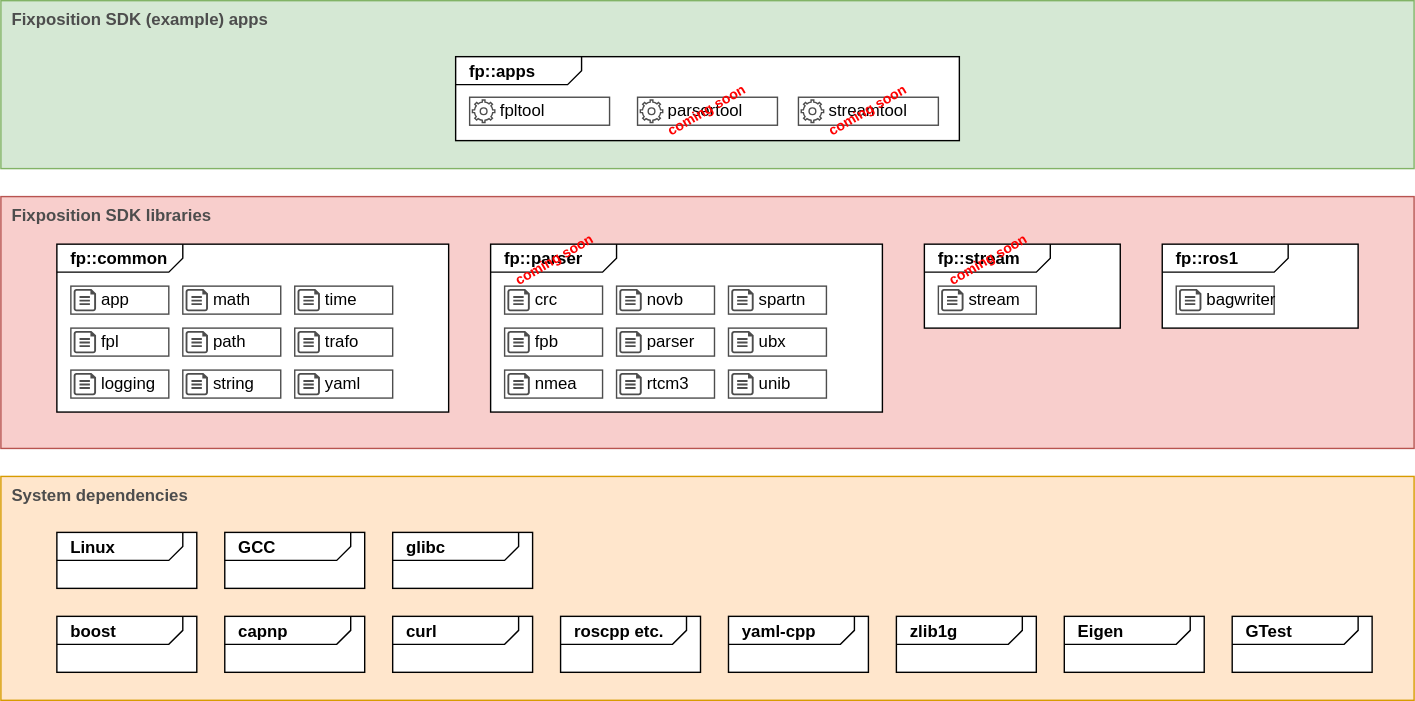
Earlier version of the draw.io export doc/fpsdk-overview.drawio.svg (fixposition/fixposition-sdk). Source tidied: cells renumbered, new cells last; positions are measured from the earlier drawing's top-left corner, leaving out a move shared by most shapes.
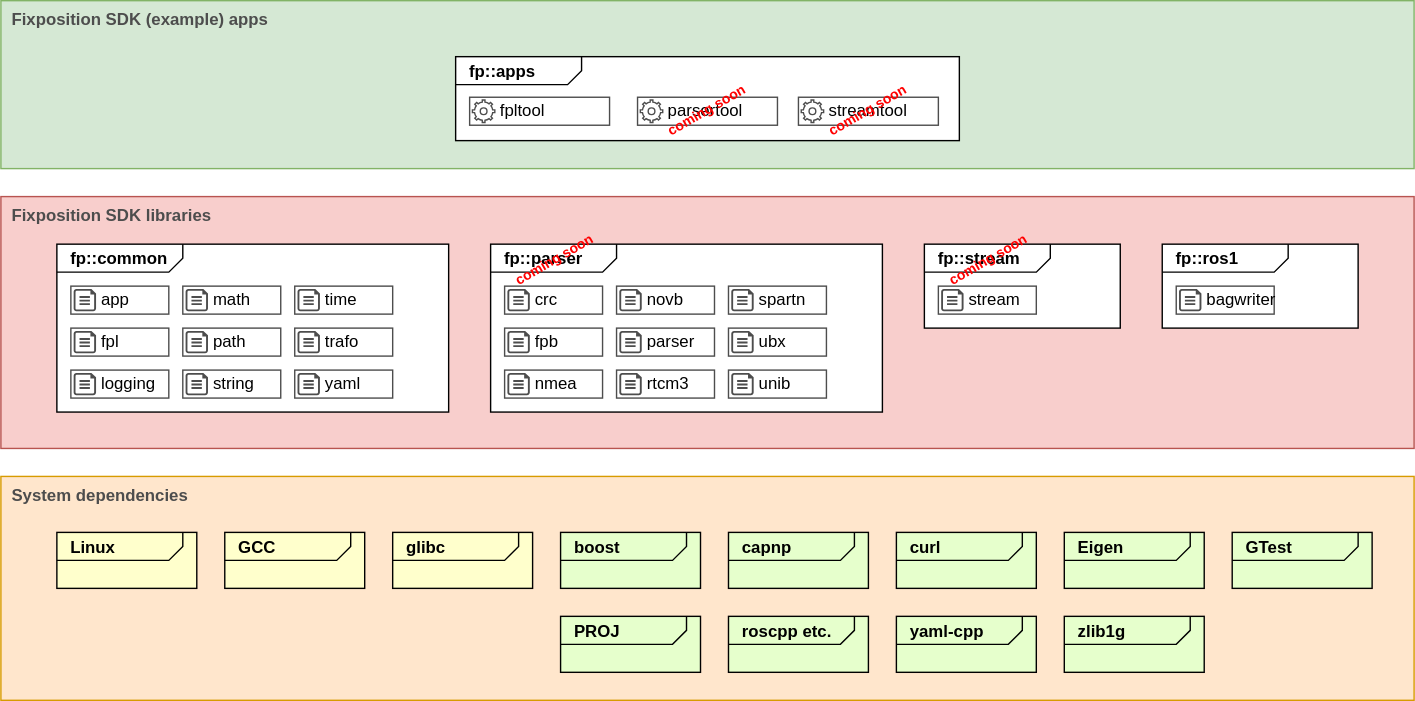
The same diagram one commit later.

Commit message:
add Cap'n Proto and PROJ dependencies (#15)

Diff of the diagram source:
```diff
@@ -20,19 +20,19 @@
     <mxCell id="7" value="&lt;p style=&quot;margin:0px;margin-top:4px;margin-left:10px;text-align:left;&quot;&gt;&lt;b&gt;&lt;font style=&quot;font-size: 12px;&quot;&gt;fp::apps&lt;/font&gt;&lt;/b&gt;&lt;/p&gt;" style="html=1;shape=mxgraph.sysml.package;xSize=90;align=left;spacingLeft=10;overflow=fill;" parent="1" vertex="1">
       <mxGeometry x="325" y="40" width="360" height="60" as="geometry" />
     </mxCell>
-    <mxCell id="8" value="&lt;p style=&quot;margin:0px;margin-top:4px;margin-left:10px;text-align:left;&quot;&gt;&lt;b&gt;&lt;font style=&quot;font-size: 12px;&quot;&gt;yaml-cpp&lt;/font&gt;&lt;/b&gt;&lt;/p&gt;" style="html=1;shape=mxgraph.sysml.package;xSize=90;align=left;spacingLeft=10;overflow=fill;" parent="1" vertex="1">
-      <mxGeometry x="520" y="440" width="100" height="40" as="geometry" />
+    <mxCell id="8" value="&lt;p style=&quot;margin:0px;margin-top:4px;margin-left:10px;text-align:left;&quot;&gt;&lt;b&gt;&lt;font style=&quot;font-size: 12px;&quot;&gt;yaml-cpp&lt;/font&gt;&lt;/b&gt;&lt;/p&gt;" style="html=1;shape=mxgraph.sysml.package;xSize=90;align=left;spacingLeft=10;overflow=fill;fillColor=#E6FFCC;" parent="1" vertex="1">
+      <mxGeometry x="640" y="440" width="100" height="40" as="geometry" />
     </mxCell>
-    <mxCell id="9" value="&lt;p style=&quot;margin:0px;margin-top:4px;margin-left:10px;text-align:left;&quot;&gt;&lt;b&gt;&lt;font style=&quot;font-size: 12px;&quot;&gt;roscpp etc.&lt;/font&gt;&lt;/b&gt;&lt;/p&gt;" style="html=1;shape=mxgraph.sysml.package;xSize=90;align=left;spacingLeft=10;overflow=fill;" parent="1" vertex="1">
-      <mxGeometry x="400" y="440" width="100" height="40" as="geometry" />
+    <mxCell id="9" value="&lt;p style=&quot;margin:0px;margin-top:4px;margin-left:10px;text-align:left;&quot;&gt;&lt;b&gt;&lt;font style=&quot;font-size: 12px;&quot;&gt;roscpp etc.&lt;/font&gt;&lt;/b&gt;&lt;/p&gt;" style="html=1;shape=mxgraph.sysml.package;xSize=90;align=left;spacingLeft=10;overflow=fill;fillColor=#E6FFCC;" parent="1" vertex="1">
+      <mxGeometry x="520" y="440" width="100" height="40" as="geometry" />
     </mxCell>
-    <mxCell id="10" value="&lt;p style=&quot;margin:0px;margin-top:4px;margin-left:10px;text-align:left;&quot;&gt;&lt;b&gt;&lt;font style=&quot;font-size: 12px;&quot;&gt;boost&lt;/font&gt;&lt;/b&gt;&lt;/p&gt;" style="html=1;shape=mxgraph.sysml.package;xSize=90;align=left;spacingLeft=10;overflow=fill;" parent="1" vertex="1">
-      <mxGeometry x="40" y="440" width="100" height="40" as="geometry" />
+    <mxCell id="10" value="&lt;p style=&quot;margin:0px;margin-top:4px;margin-left:10px;text-align:left;&quot;&gt;&lt;b&gt;&lt;font style=&quot;font-size: 12px;&quot;&gt;boost&lt;/font&gt;&lt;/b&gt;&lt;/p&gt;" style="html=1;shape=mxgraph.sysml.package;xSize=90;align=left;spacingLeft=10;overflow=fill;fillColor=#E6FFCC;" parent="1" vertex="1">
+      <mxGeometry x="400" y="380" width="100" height="40" as="geometry" />
     </mxCell>
-    <mxCell id="11" value="&lt;p style=&quot;margin:0px;margin-top:4px;margin-left:10px;text-align:left;&quot;&gt;&lt;b&gt;&lt;font style=&quot;font-size: 12px;&quot;&gt;zlib1g&lt;/font&gt;&lt;/b&gt;&lt;/p&gt;" style="html=1;shape=mxgraph.sysml.package;xSize=90;align=left;spacingLeft=10;overflow=fill;" parent="1" vertex="1">
-      <mxGeometry x="640" y="440" width="100" height="40" as="geometry" />
+    <mxCell id="11" value="&lt;p style=&quot;margin:0px;margin-top:4px;margin-left:10px;text-align:left;&quot;&gt;&lt;b&gt;&lt;font style=&quot;font-size: 12px;&quot;&gt;zlib1g&lt;/font&gt;&lt;/b&gt;&lt;/p&gt;" style="html=1;shape=mxgraph.sysml.package;xSize=90;align=left;spacingLeft=10;overflow=fill;fillColor=#E6FFCC;" parent="1" vertex="1">
+      <mxGeometry x="760" y="440" width="100" height="40" as="geometry" />
     </mxCell>
-    <mxCell id="12" value="&lt;p style=&quot;margin:0px;margin-top:4px;margin-left:10px;text-align:left;&quot;&gt;&lt;b&gt;&lt;font style=&quot;font-size: 12px;&quot;&gt;GCC&lt;/font&gt;&lt;/b&gt;&lt;/p&gt;" style="html=1;shape=mxgraph.sysml.package;xSize=90;align=left;spacingLeft=10;overflow=fill;" parent="1" vertex="1">
+    <mxCell id="12" value="&lt;p style=&quot;margin:0px;margin-top:4px;margin-left:10px;text-align:left;&quot;&gt;&lt;b&gt;&lt;font style=&quot;font-size: 12px;&quot;&gt;GCC&lt;/font&gt;&lt;/b&gt;&lt;/p&gt;" style="html=1;shape=mxgraph.sysml.package;xSize=90;align=left;spacingLeft=10;overflow=fill;fillColor=#FFFFCC;" parent="1" vertex="1">
       <mxGeometry x="160" y="380" width="100" height="40" as="geometry" />
     </mxCell>
     <mxCell id="13" value="&lt;p style=&quot;margin:0px;margin-top:4px;margin-left:10px;text-align:left;&quot;&gt;&lt;b&gt;&lt;font style=&quot;font-size: 12px;&quot;&gt;fp::parser&lt;/font&gt;&lt;/b&gt;&lt;/p&gt;" style="html=1;shape=mxgraph.sysml.package;xSize=90;align=left;spacingLeft=10;overflow=fill;" parent="1" vertex="1">
@@ -245,17 +245,17 @@
     <mxCell id="82" value="coming soon" style="text;strokeColor=none;align=center;fillColor=none;html=1;verticalAlign=middle;whiteSpace=wrap;rounded=0;fontColor=#FF0000;fontStyle=1;rotation=-30;opacity=25;spacing=0;fontSize=10;spacingTop=-2;" parent="79" vertex="1">
       <mxGeometry x="14.3" y="4.3" width="71.3" height="11.3" as="geometry" />
     </mxCell>
-    <mxCell id="83" value="&lt;p style=&quot;margin:0px;margin-top:4px;margin-left:10px;text-align:left;&quot;&gt;&lt;b&gt;&lt;font style=&quot;font-size: 12px;&quot;&gt;capnp&lt;/font&gt;&lt;/b&gt;&lt;/p&gt;" style="html=1;shape=mxgraph.sysml.package;xSize=90;align=left;spacingLeft=10;overflow=fill;" parent="1" vertex="1">
-      <mxGeometry x="160" y="440" width="100" height="40" as="geometry" />
+    <mxCell id="83" value="&lt;p style=&quot;margin:0px;margin-top:4px;margin-left:10px;text-align:left;&quot;&gt;&lt;b&gt;&lt;font style=&quot;font-size: 12px;&quot;&gt;capnp&lt;/font&gt;&lt;/b&gt;&lt;/p&gt;" style="html=1;shape=mxgraph.sysml.package;xSize=90;align=left;spacingLeft=10;overflow=fill;fillColor=#E6FFCC;" parent="1" vertex="1">
+      <mxGeometry x="520" y="380" width="100" height="40" as="geometry" />
     </mxCell>
-    <mxCell id="84" value="&lt;p style=&quot;margin:0px;margin-top:4px;margin-left:10px;text-align:left;&quot;&gt;&lt;b&gt;&lt;font style=&quot;font-size: 12px;&quot;&gt;Linux&lt;/font&gt;&lt;/b&gt;&lt;/p&gt;" style="html=1;shape=mxgraph.sysml.package;xSize=90;align=left;spacingLeft=10;overflow=fill;" parent="1" vertex="1">
+    <mxCell id="84" value="&lt;p style=&quot;margin:0px;margin-top:4px;margin-left:10px;text-align:left;&quot;&gt;&lt;b&gt;&lt;font style=&quot;font-size: 12px;&quot;&gt;Linux&lt;/font&gt;&lt;/b&gt;&lt;/p&gt;" style="html=1;shape=mxgraph.sysml.package;xSize=90;align=left;spacingLeft=10;overflow=fill;fillColor=#FFFFCC;" parent="1" vertex="1">
       <mxGeometry x="40" y="380" width="100" height="40" as="geometry" />
     </mxCell>
-    <mxCell id="85" value="&lt;p style=&quot;margin:0px;margin-top:4px;margin-left:10px;text-align:left;&quot;&gt;&lt;b&gt;&lt;font style=&quot;font-size: 12px;&quot;&gt;glibc&lt;/font&gt;&lt;/b&gt;&lt;/p&gt;" style="html=1;shape=mxgraph.sysml.package;xSize=90;align=left;spacingLeft=10;overflow=fill;" parent="1" vertex="1">
+    <mxCell id="85" value="&lt;p style=&quot;margin:0px;margin-top:4px;margin-left:10px;text-align:left;&quot;&gt;&lt;b&gt;&lt;font style=&quot;font-size: 12px;&quot;&gt;glibc&lt;/font&gt;&lt;/b&gt;&lt;/p&gt;" style="html=1;shape=mxgraph.sysml.package;xSize=90;align=left;spacingLeft=10;overflow=fill;fillColor=#FFFFCC;" parent="1" vertex="1">
       <mxGeometry x="280" y="380" width="100" height="40" as="geometry" />
     </mxCell>
-    <mxCell id="86" value="&lt;p style=&quot;margin:0px;margin-top:4px;margin-left:10px;text-align:left;&quot;&gt;&lt;b&gt;&lt;font style=&quot;font-size: 12px;&quot;&gt;curl&lt;/font&gt;&lt;/b&gt;&lt;/p&gt;" style="html=1;shape=mxgraph.sysml.package;xSize=90;align=left;spacingLeft=10;overflow=fill;" parent="1" vertex="1">
-      <mxGeometry x="280" y="440" width="100" height="40" as="geometry" />
+    <mxCell id="86" value="&lt;p style=&quot;margin:0px;margin-top:4px;margin-left:10px;text-align:left;&quot;&gt;&lt;b&gt;&lt;font style=&quot;font-size: 12px;&quot;&gt;curl&lt;/font&gt;&lt;/b&gt;&lt;/p&gt;" style="html=1;shape=mxgraph.sysml.package;xSize=90;align=left;spacingLeft=10;overflow=fill;fillColor=#E6FFCC;" parent="1" vertex="1">
+      <mxGeometry x="640" y="380" width="100" height="40" as="geometry" />
     </mxCell>
     <mxCell id="87" value="coming soon" style="text;strokeColor=none;align=center;fillColor=none;html=1;verticalAlign=middle;whiteSpace=wrap;rounded=0;fontColor=#FF0000;fontStyle=1;rotation=-30;opacity=25;spacing=0;fontSize=10;spacingTop=-2;" parent="1" vertex="1">
       <mxGeometry x="360" y="180" width="71.3" height="11.3" as="geometry" />
@@ -263,8 +263,8 @@
     <mxCell id="88" value="coming soon" style="text;strokeColor=none;align=center;fillColor=none;html=1;verticalAlign=middle;whiteSpace=wrap;rounded=0;fontColor=#FF0000;fontStyle=1;rotation=-30;opacity=25;spacing=0;fontSize=10;spacingTop=-2;" parent="1" vertex="1">
       <mxGeometry x="670" y="180" width="71.3" height="11.3" as="geometry" />
     </mxCell>
-    <mxCell id="89" value="&lt;p style=&quot;margin:0px;margin-top:4px;margin-left:10px;text-align:left;&quot;&gt;&lt;b&gt;&lt;font style=&quot;font-size: 12px;&quot;&gt;Eigen&lt;/font&gt;&lt;/b&gt;&lt;/p&gt;" style="html=1;shape=mxgraph.sysml.package;xSize=90;align=left;spacingLeft=10;overflow=fill;" parent="1" vertex="1">
-      <mxGeometry x="760" y="440" width="100" height="40" as="geometry" />
+    <mxCell id="89" value="&lt;p style=&quot;margin:0px;margin-top:4px;margin-left:10px;text-align:left;&quot;&gt;&lt;b&gt;&lt;font style=&quot;font-size: 12px;&quot;&gt;Eigen&lt;/font&gt;&lt;/b&gt;&lt;/p&gt;" style="html=1;shape=mxgraph.sysml.package;xSize=90;align=left;spacingLeft=10;overflow=fill;fillColor=#E6FFCC;" parent="1" vertex="1">
+      <mxGeometry x="760" y="380" width="100" height="40" as="geometry" />
     </mxCell>
     <mxCell id="90" style="group;" parent="1" vertex="1">
       <mxGeometry x="210" y="234" width="70" height="20" as="geometry" />
@@ -275,8 +275,11 @@
     <mxCell id="92" style="verticalLabelPosition=bottom;html=1;verticalAlign=top;align=center;strokeColor=none;fillColor=#4D4D4D;shape=mxgraph.azure.cloud_services_configuration_file;fontSize=12;" parent="90" vertex="1">
       <mxGeometry x="2" y="2" width="16" height="16" as="geometry" />
     </mxCell>
-    <mxCell id="93" value="&lt;p style=&quot;margin:0px;margin-top:4px;margin-left:10px;text-align:left;&quot;&gt;&lt;b&gt;&lt;font style=&quot;font-size: 12px;&quot;&gt;GTest&lt;/font&gt;&lt;/b&gt;&lt;/p&gt;" style="html=1;shape=mxgraph.sysml.package;xSize=90;align=left;spacingLeft=10;overflow=fill;" parent="1" vertex="1">
-      <mxGeometry x="880" y="440" width="100" height="40" as="geometry" />
+    <mxCell id="93" value="&lt;p style=&quot;margin:0px;margin-top:4px;margin-left:10px;text-align:left;&quot;&gt;&lt;b&gt;&lt;font style=&quot;font-size: 12px;&quot;&gt;GTest&lt;/font&gt;&lt;/b&gt;&lt;/p&gt;" style="html=1;shape=mxgraph.sysml.package;xSize=90;align=left;spacingLeft=10;overflow=fill;fillColor=#E6FFCC;" parent="1" vertex="1">
+      <mxGeometry x="880" y="380" width="100" height="40" as="geometry" />
     </mxCell>
+    <mxCell id="94" value="&lt;p style=&quot;margin:0px;margin-top:4px;margin-left:10px;text-align:left;&quot;&gt;&lt;b&gt;PROJ&lt;/b&gt;&lt;/p&gt;" style="html=1;shape=mxgraph.sysml.package;xSize=90;align=left;spacingLeft=10;overflow=fill;fillColor=#E6FFCC;" parent="1" vertex="1">
+      <mxGeometry x="400" y="440" width="100" height="40" as="geometry" />
+    </mxCell>
   </root>
 </mxGraphModel>
```
